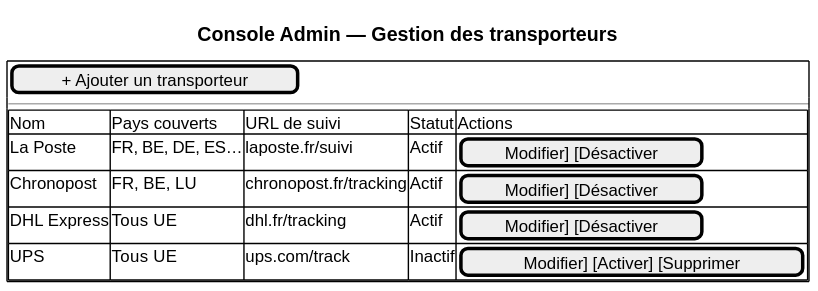
Earlier version of the PlantUML export architecture/04-physical-architecture/diagrams/ihm-admin-transporteurs.svg (louistalvande/online_shop). Its diagram source:
```plantuml
@startsalt
title Console Admin — Gestion des transporteurs

{+
  [+ Ajouter un transporteur]
  --
  {#
    Nom          | Pays couverts    | URL de suivi              | Statut   | Actions
    La Poste     | FR, BE, DE, ES…  | laposte.fr/suivi          | Actif    | [Modifier] [Désactiver]
    Chronopost   | FR, BE, LU       | chronopost.fr/tracking    | Actif    | [Modifier] [Désactiver]
    DHL Express  | Tous UE          | dhl.fr/tracking           | Actif    | [Modifier] [Désactiver]
    UPS          | Tous UE          | ups.com/track             | Inactif  | [Modifier] [Activer] [Supprimer]
  }
}
@endsalt
```
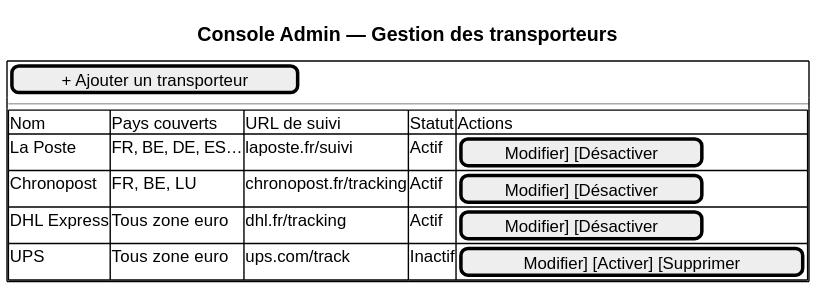
After the change.

Change to the diagram source:
```diff
@@ -8,8 +8,8 @@
     Nom          | Pays couverts    | URL de suivi              | Statut   | Actions
     La Poste     | FR, BE, DE, ES…  | laposte.fr/suivi          | Actif    | [Modifier] [Désactiver]
     Chronopost   | FR, BE, LU       | chronopost.fr/tracking    | Actif    | [Modifier] [Désactiver]
-    DHL Express  | Tous UE          | dhl.fr/tracking           | Actif    | [Modifier] [Désactiver]
-    UPS          | Tous UE          | ups.com/track             | Inactif  | [Modifier] [Activer] [Supprimer]
+    DHL Express  | Tous zone euro          | dhl.fr/tracking           | Actif    | [Modifier] [Désactiver]
+    UPS          | Tous zone euro          | ups.com/track             | Inactif  | [Modifier] [Activer] [Supprimer]
   }
 }
 @endsalt
```
